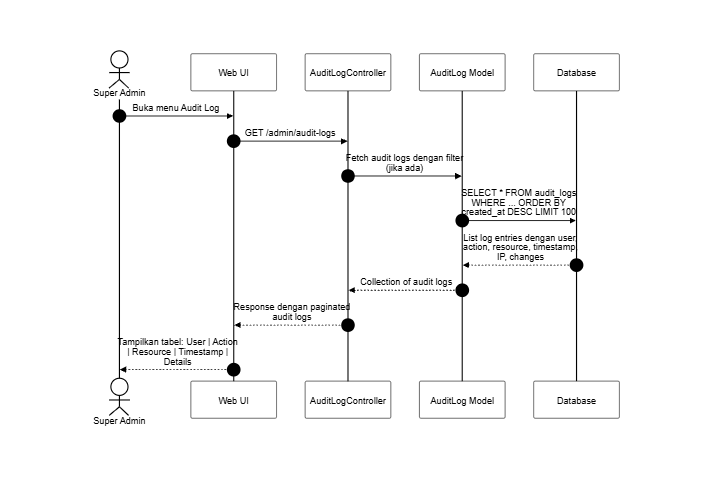
The Mermaid diagram docs/SequenceDiagram/PNG_Transparent/AuditLog-Lihat.png in SulaimanHafi23/SimpegRSHDI, before a commit. Its source is kept beside it as docs/SequenceDiagram/AuditLog-Lihat.mermaid. Its diagram source:
```mermaid
%%{init: {"theme": "base", "themeVariables": {"background": "#dddddd", "primaryColor": "#ffffff", "primaryBorderColor": "#000000", "primaryTextColor": "#000000", "lineColor": "#000000", "textColor": "#000000", "actorBkg": "#ffffff", "actorBorder": "#000000", "actorTextColor": "#000000", "activationBkgColor": "#ffffff", "activationBorderColor": "#000000", "signalColor": "#000000", "signalTextColor": "#000000", "labelBoxBkgColor": "#ffffff", "labelBoxBorderColor": "#000000", "labelTextColor": "#000000", "sequenceNumberColor": "#000000", "noteBkgColor": "#ffffff", "noteBorderColor": "#000000", "noteTextColor": "#000000"}, "sequence": {"useMaxWidth": true, "wrap": true, "messageFontSize": 12, "noteFontSize": 12}}}%%
sequenceDiagram
    autonumber
    actor SA as Super Admin
    participant UI as Web UI
    participant C as AuditLogController
    participant ALog as AuditLog Model
    participant DB as Database

    SA->>UI: Buka menu Audit Log
    UI->>C: GET /admin/audit-logs
    C->>ALog: Fetch audit logs dengan filter (jika ada)
    ALog->>DB: SELECT * FROM audit_logs WHERE ... ORDER BY created_at DESC LIMIT 100
    DB-->>ALog: List log entries dengan user, action, resource, timestamp, IP, changes
    ALog-->>C: Collection of audit logs
    C-->>UI: Response dengan paginated audit logs
    UI-->>SA: Tampilkan tabel: User | Action | Resource | Timestamp | Details
```
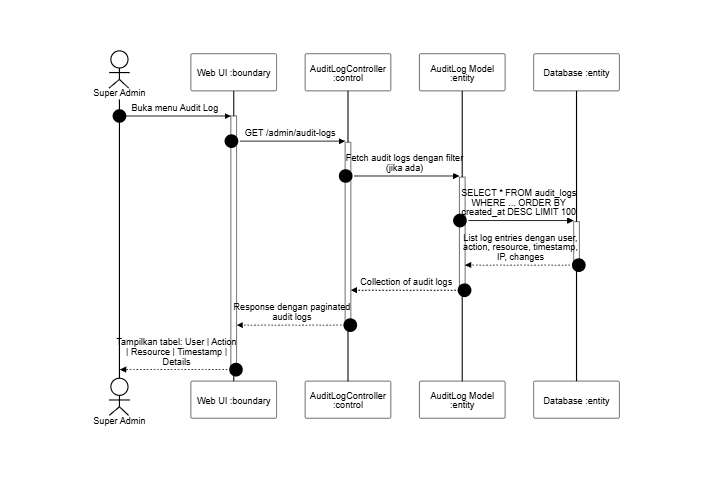
Above is the later version.

Diff of the diagram source:
```diff
@@ -2,16 +2,16 @@
 sequenceDiagram
     autonumber
     actor SA as Super Admin
-    participant UI as Web UI
-    participant C as AuditLogController
-    participant ALog as AuditLog Model
-    participant DB as Database
+    participant UI as Web UI :boundary
+    participant C as AuditLogController :control
+    participant ALog as AuditLog Model :entity
+    participant DB as Database :entity
 
-    SA->>UI: Buka menu Audit Log
-    UI->>C: GET /admin/audit-logs
-    C->>ALog: Fetch audit logs dengan filter (jika ada)
-    ALog->>DB: SELECT * FROM audit_logs WHERE ... ORDER BY created_at DESC LIMIT 100
-    DB-->>ALog: List log entries dengan user, action, resource, timestamp, IP, changes
-    ALog-->>C: Collection of audit logs
-    C-->>UI: Response dengan paginated audit logs
-    UI-->>SA: Tampilkan tabel: User | Action | Resource | Timestamp | Details
+    SA->>+UI: Buka menu Audit Log
+    UI->>+C: GET /admin/audit-logs
+    C->>+ALog: Fetch audit logs dengan filter (jika ada)
+    ALog->>+DB: SELECT * FROM audit_logs WHERE ... ORDER BY created_at DESC LIMIT 100
+    DB-->>-ALog: List log entries dengan user, action, resource, timestamp, IP, changes
+    ALog-->>-C: Collection of audit logs
+    C-->>-UI: Response dengan paginated audit logs
+    UI-->>-SA: Tampilkan tabel: User | Action | Resource | Timestamp | Details
```
